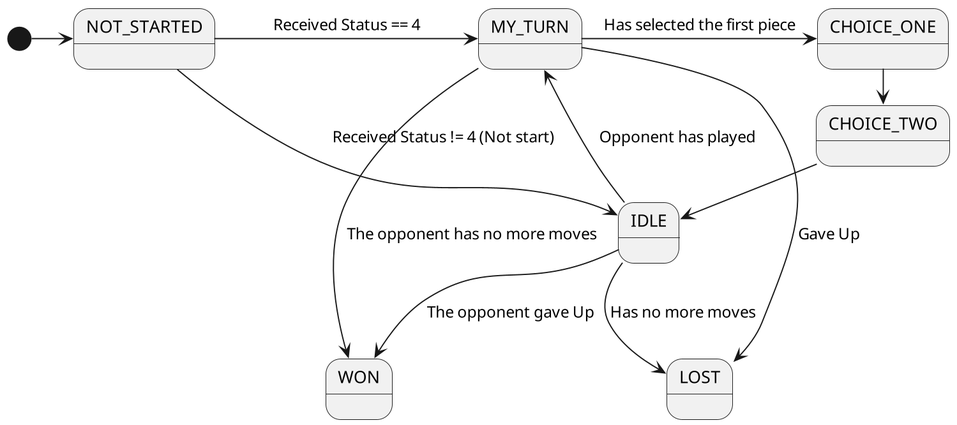
Before: resources/GameStateMachine.png, a diagram exported from PlantUML (Beloin/PPDOneLeftGame-RMI).
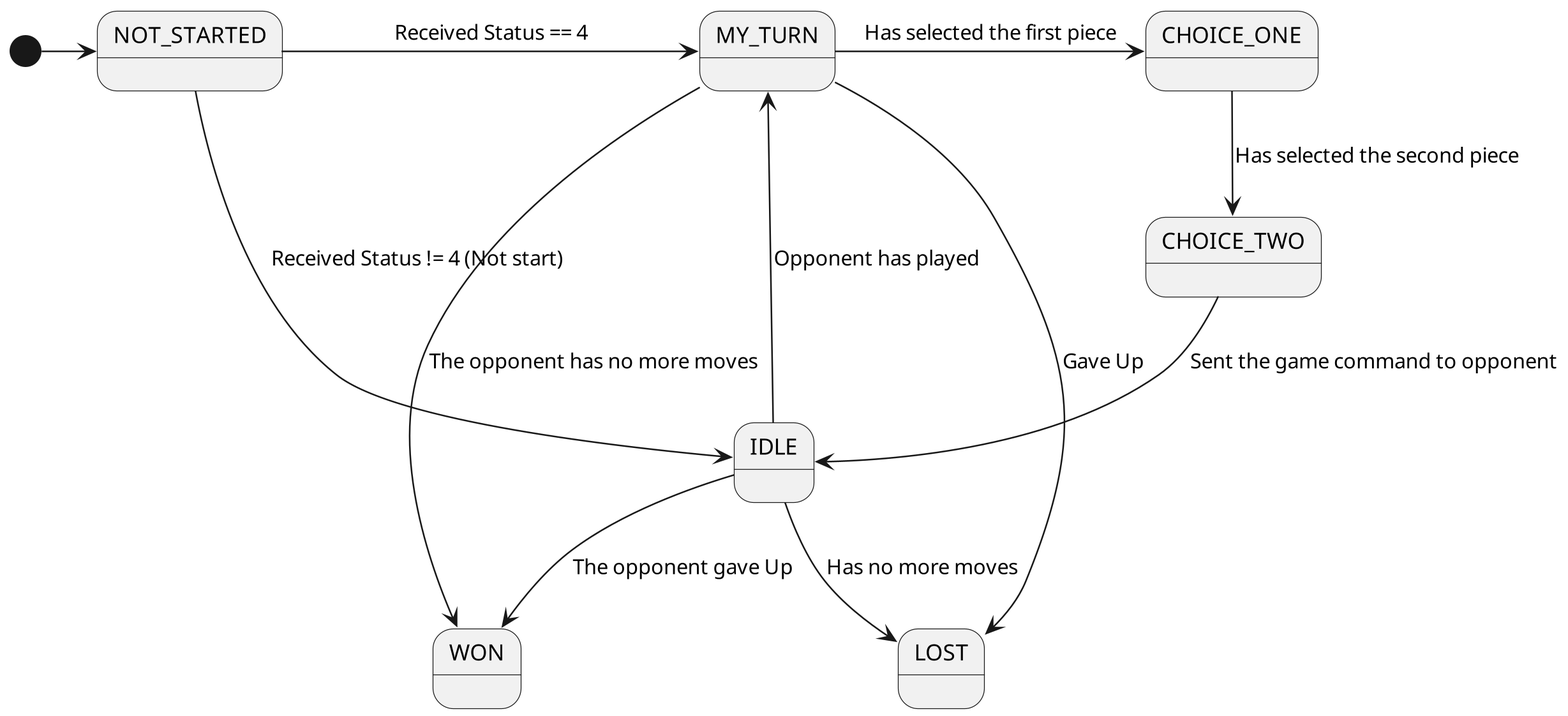
Later version of the same file.

Change to the diagram source:
```diff
@@ -12,9 +12,9 @@
 
 MY_TURN -> CHOICE_ONE : Has selected the first piece
 
-CHOICE_ONE -> CHOICE_TWO : Has selected the second piece
+CHOICE_ONE --> CHOICE_TWO : Has selected the second piece
 
-CHOICE_TWO -> IDLE : Sent the game command to opponent
+CHOICE_TWO --> IDLE : Sent the game command to opponent
 
 
 IDLE --> WON : The opponent gave Up
```
